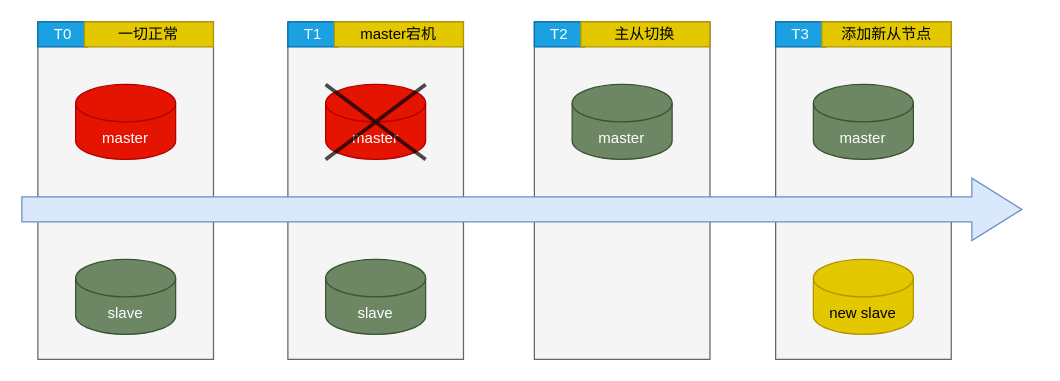
Above: posts/84cbb9e7/redis-failover-timeline.drawio in polarisGitHub/polarisGitHub.github.io (draw.io), before the change. Source tidied: cells renumbered, new cells numbered last; positions are measured from the earlier drawing's top-left corner, leaving out a move shared by most shapes. Both pictures are drawn from the tidied source at 125%, with x=0, y=0 at pixel (21, 21).
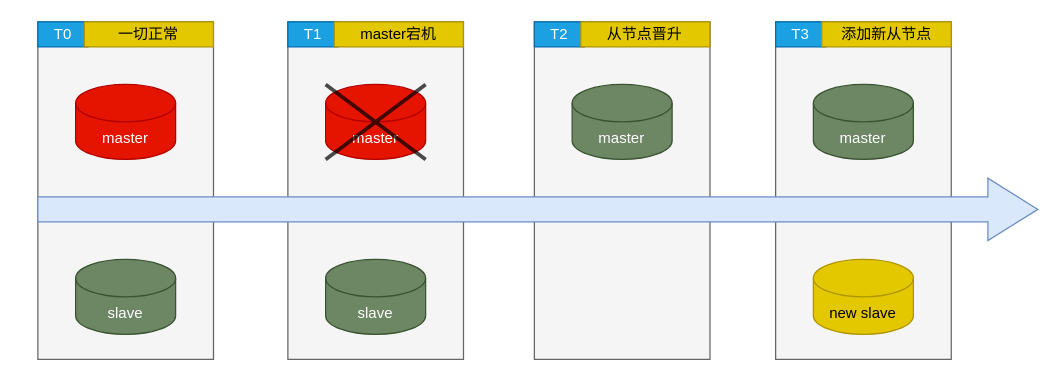
After the change.

What changed in the source:
```diff
@@
     <mxCell id="14" style="html=1;shadow=0;dashed=0;align=center;verticalAlign=middle;shape=mxgraph.arrows2.arrow;dy=0.6;dx=40;notch=0;fillColor=#dae8fc;strokeColor=#6c8ebf;" parent="1" vertex="1">
-      <mxGeometry y="125" width="800" height="50" as="geometry" />
+      <mxGeometry x="12.8" y="125" width="800" height="50" as="geometry" />
     </mxCell>
@@
-    <mxCell id="21" value="主从切换" style="rounded=0;whiteSpace=wrap;html=1;fillColor=#e3c800;fontColor=#000000;strokeColor=#B09500;" parent="1" vertex="1">
+    <mxCell id="21" value="从节点晋升" style="rounded=0;whiteSpace=wrap;html=1;fillColor=#e3c800;fontColor=#000000;strokeColor=#B09500;" parent="1" vertex="1">
       <mxGeometry x="447.2" width="103.2" height="20" as="geometry" />
     </mxCell>
```
